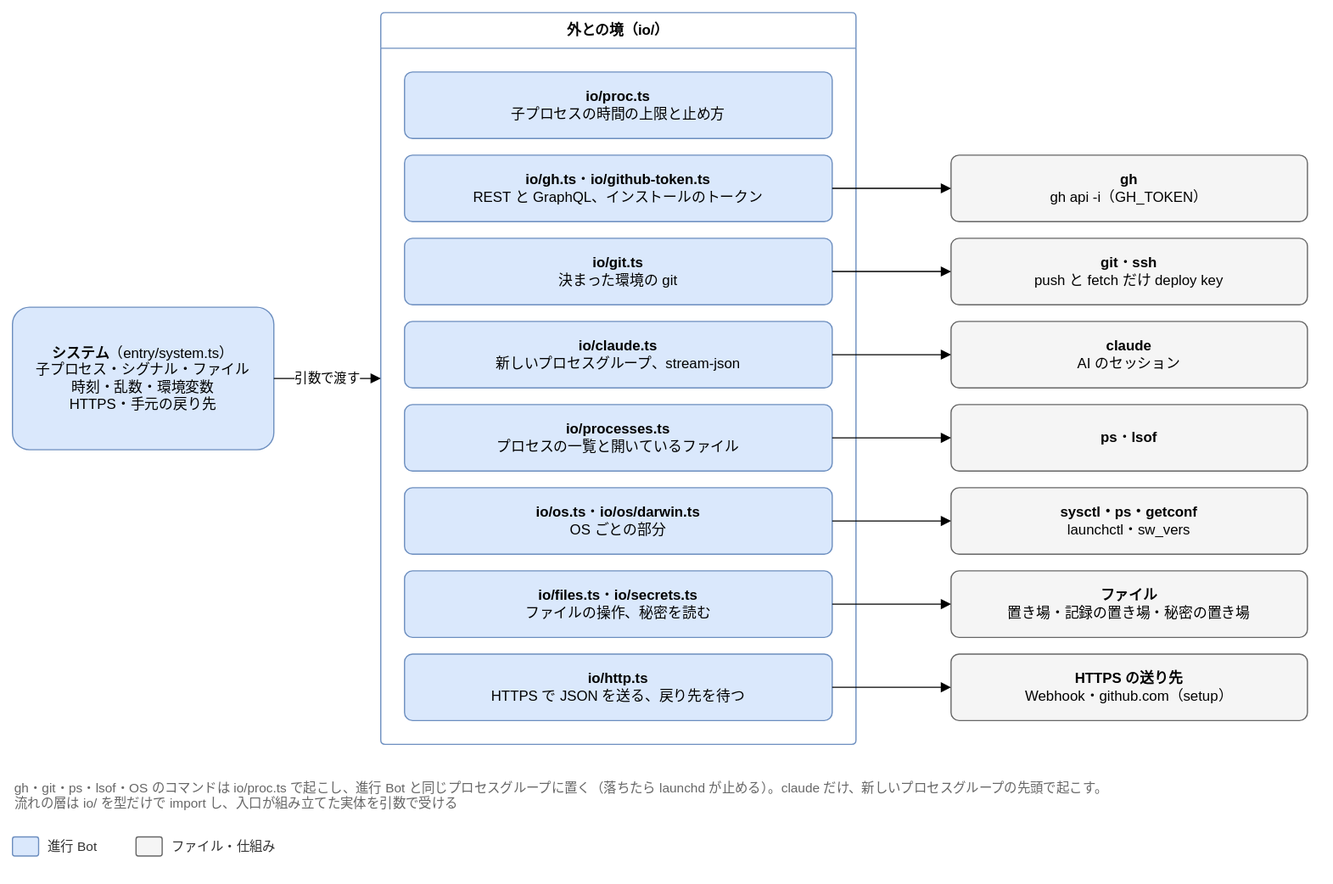
Before: docs/design/detailed/diagrams/01-modules.drawio.svg, a diagram exported from draw.io (Joymerrevent/dev-autopilot). Source tidied: cells renumbered, new cells last; positions are measured from the earlier drawing's top-left corner, leaving out a move shared by most shapes. Its diagram source:
```xml
<mxGraphModel background="#ffffff">
  <root>
    <mxCell id="0" />
    <mxCell id="1" parent="0" />
    <mxCell id="2" value="外との境（io/）" style="swimlane;startSize=30;html=1;whiteSpace=wrap;rounded=1;arcSize=4;fontStyle=1;fontSize=12;fillColor=none;swimlaneFillColor=none;strokeColor=#6c8ebf;" parent="1" vertex="1">
      <mxGeometry x="310" width="400" height="616" as="geometry" />
    </mxCell>
    <mxCell id="3" value="&lt;b&gt;io/proc.ts&lt;/b&gt;&lt;br&gt;子プロセスの時間の上限と止め方" style="rounded=1;whiteSpace=wrap;html=1;fontSize=12;arcSize=12;spacing=12;fillColor=#dae8fc;strokeColor=#6c8ebf;" parent="2" vertex="1">
      <mxGeometry x="20" y="50" width="360" height="56" as="geometry" />
    </mxCell>
    <mxCell id="4" value="&lt;b&gt;io/gh.ts&lt;/b&gt;・&lt;b&gt;io/github-token.ts&lt;/b&gt;&lt;br&gt;REST と GraphQL、インストールのトークン" style="rounded=1;whiteSpace=wrap;html=1;fontSize=12;arcSize=12;spacing=12;fillColor=#dae8fc;strokeColor=#6c8ebf;" parent="2" vertex="1">
      <mxGeometry x="20" y="120" width="360" height="56" as="geometry" />
    </mxCell>
    <mxCell id="5" value="&lt;b&gt;io/git.ts&lt;/b&gt;&lt;br&gt;決まった環境の git" style="rounded=1;whiteSpace=wrap;html=1;fontSize=12;arcSize=12;spacing=12;fillColor=#dae8fc;strokeColor=#6c8ebf;" parent="2" vertex="1">
      <mxGeometry x="20" y="190" width="360" height="56" as="geometry" />
    </mxCell>
    <mxCell id="6" value="&lt;b&gt;io/claude.ts&lt;/b&gt;&lt;br&gt;新しいプロセスグループ、stream-json" style="rounded=1;whiteSpace=wrap;html=1;fontSize=12;arcSize=12;spacing=12;fillColor=#dae8fc;strokeColor=#6c8ebf;" parent="2" vertex="1">
      <mxGeometry x="20" y="260" width="360" height="56" as="geometry" />
    </mxCell>
    <mxCell id="7" value="&lt;b&gt;io/processes.ts&lt;/b&gt;&lt;br&gt;プロセスの一覧と開いているファイル" style="rounded=1;whiteSpace=wrap;html=1;fontSize=12;arcSize=12;spacing=12;fillColor=#dae8fc;strokeColor=#6c8ebf;" parent="2" vertex="1">
      <mxGeometry x="20" y="330" width="360" height="56" as="geometry" />
    </mxCell>
    <mxCell id="8" value="&lt;b&gt;io/os.ts&lt;/b&gt;・&lt;b&gt;io/os/darwin.ts&lt;/b&gt;&lt;br&gt;OS ごとの部分" style="rounded=1;whiteSpace=wrap;html=1;fontSize=12;arcSize=12;spacing=12;fillColor=#dae8fc;strokeColor=#6c8ebf;" parent="2" vertex="1">
      <mxGeometry x="20" y="400" width="360" height="56" as="geometry" />
    </mxCell>
    <mxCell id="9" value="&lt;b&gt;io/files.ts&lt;/b&gt;・&lt;b&gt;io/secrets.ts&lt;/b&gt;&lt;br&gt;ファイルの操作、秘密を読む" style="rounded=1;whiteSpace=wrap;html=1;fontSize=12;arcSize=12;spacing=12;fillColor=#dae8fc;strokeColor=#6c8ebf;" parent="2" vertex="1">
      <mxGeometry x="20" y="470" width="360" height="56" as="geometry" />
    </mxCell>
    <mxCell id="10" value="&lt;b&gt;io/http.ts&lt;/b&gt;&lt;br&gt;HTTPS で JSON を送る、戻り先を待つ" style="rounded=1;whiteSpace=wrap;html=1;fontSize=12;arcSize=12;spacing=12;fillColor=#dae8fc;strokeColor=#6c8ebf;" parent="2" vertex="1">
      <mxGeometry x="20" y="540" width="360" height="56" as="geometry" />
    </mxCell>
    <mxCell id="11" value="&lt;b&gt;システム&lt;/b&gt;（entry/system.ts）&lt;br&gt;子プロセス・シグナル・ファイル&lt;br&gt;時刻・乱数・環境変数&lt;br&gt;HTTPS・手元の戻り先" style="rounded=1;whiteSpace=wrap;html=1;fontSize=12;arcSize=12;spacing=12;fillColor=#dae8fc;strokeColor=#6c8ebf;" parent="1" vertex="1">
      <mxGeometry y="248" width="220" height="120" as="geometry" />
    </mxCell>
    <mxCell id="12" value="引数で渡す" style="edgeStyle=orthogonalEdgeStyle;rounded=1;html=1;endArrow=block;endFill=1;fontSize=11;labelBackgroundColor=#ffffff;exitX=1;exitY=0.5;exitDx=0;exitDy=0;entryX=0;entryY=0.5;entryDx=0;entryDy=0;" parent="1" edge="1" source="11" target="2">
      <mxGeometry relative="1" as="geometry" />
    </mxCell>
    <mxCell id="13" value="&lt;b&gt;gh&lt;/b&gt;&lt;br&gt;gh api -i（GH_TOKEN）" style="rounded=1;whiteSpace=wrap;html=1;fontSize=12;arcSize=12;spacing=12;fillColor=#f5f5f5;strokeColor=#666666;" parent="1" vertex="1">
      <mxGeometry x="790" y="120" width="300" height="56" as="geometry" />
    </mxCell>
    <mxCell id="14" style="edgeStyle=orthogonalEdgeStyle;rounded=1;html=1;endArrow=block;endFill=1;fontSize=11;labelBackgroundColor=#ffffff;exitX=1;exitY=0.5;exitDx=0;exitDy=0;entryX=0;entryY=0.5;entryDx=0;entryDy=0;" parent="1" edge="1" source="4" target="13">
      <mxGeometry relative="1" as="geometry" />
    </mxCell>
    <mxCell id="15" value="&lt;b&gt;git&lt;/b&gt;・&lt;b&gt;ssh&lt;/b&gt;&lt;br&gt;push と fetch だけ deploy key" style="rounded=1;whiteSpace=wrap;html=1;fontSize=12;arcSize=12;spacing=12;fillColor=#f5f5f5;strokeColor=#666666;" parent="1" vertex="1">
      <mxGeometry x="790" y="190" width="300" height="56" as="geometry" />
    </mxCell>
    <mxCell id="16" style="edgeStyle=orthogonalEdgeStyle;rounded=1;html=1;endArrow=block;endFill=1;fontSize=11;labelBackgroundColor=#ffffff;exitX=1;exitY=0.5;exitDx=0;exitDy=0;entryX=0;entryY=0.5;entryDx=0;entryDy=0;" parent="1" edge="1" source="5" target="15">
      <mxGeometry relative="1" as="geometry" />
    </mxCell>
    <mxCell id="17" value="&lt;b&gt;claude&lt;/b&gt;&lt;br&gt;AI のセッション" style="rounded=1;whiteSpace=wrap;html=1;fontSize=12;arcSize=12;spacing=12;fillColor=#f5f5f5;strokeColor=#666666;" parent="1" vertex="1">
      <mxGeometry x="790" y="260" width="300" height="56" as="geometry" />
    </mxCell>
    <mxCell id="18" style="edgeStyle=orthogonalEdgeStyle;rounded=1;html=1;endArrow=block;endFill=1;fontSize=11;labelBackgroundColor=#ffffff;exitX=1;exitY=0.5;exitDx=0;exitDy=0;entryX=0;entryY=0.5;entryDx=0;entryDy=0;" parent="1" edge="1" source="6" target="17">
      <mxGeometry relative="1" as="geometry" />
    </mxCell>
    <mxCell id="19" value="&lt;b&gt;ps&lt;/b&gt;・&lt;b&gt;lsof&lt;/b&gt;" style="rounded=1;whiteSpace=wrap;html=1;fontSize=12;arcSize=12;spacing=12;fillColor=#f5f5f5;strokeColor=#666666;" parent="1" vertex="1">
      <mxGeometry x="790" y="330" width="300" height="56" as="geometry" />
    </mxCell>
    <mxCell id="20" style="edgeStyle=orthogonalEdgeStyle;rounded=1;html=1;endArrow=block;endFill=1;fontSize=11;labelBackgroundColor=#ffffff;exitX=1;exitY=0.5;exitDx=0;exitDy=0;entryX=0;entryY=0.5;entryDx=0;entryDy=0;" parent="1" edge="1" source="7" target="19">
      <mxGeometry relative="1" as="geometry" />
    </mxCell>
    <mxCell id="21" value="&lt;b&gt;sysctl・ps・getconf&lt;/b&gt;&lt;br&gt;launchctl・sw_vers" style="rounded=1;whiteSpace=wrap;html=1;fontSize=12;arcSize=12;spacing=12;fillColor=#f5f5f5;strokeColor=#666666;" parent="1" vertex="1">
      <mxGeometry x="790" y="400" width="300" height="56" as="geometry" />
    </mxCell>
    <mxCell id="22" style="edgeStyle=orthogonalEdgeStyle;rounded=1;html=1;endArrow=block;endFill=1;fontSize=11;labelBackgroundColor=#ffffff;exitX=1;exitY=0.5;exitDx=0;exitDy=0;entryX=0;entryY=0.5;entryDx=0;entryDy=0;" parent="1" edge="1" source="8" target="21">
      <mxGeometry relative="1" as="geometry" />
    </mxCell>
    <mxCell id="23" value="&lt;b&gt;ファイル&lt;/b&gt;&lt;br&gt;置き場・記録の置き場・秘密の置き場" style="rounded=1;whiteSpace=wrap;html=1;fontSize=12;arcSize=12;spacing=12;fillColor=#f5f5f5;strokeColor=#666666;" parent="1" vertex="1">
      <mxGeometry x="790" y="470" width="300" height="56" as="geometry" />
    </mxCell>
    <mxCell id="24" style="edgeStyle=orthogonalEdgeStyle;rounded=1;html=1;endArrow=block;endFill=1;fontSize=11;labelBackgroundColor=#ffffff;exitX=1;exitY=0.5;exitDx=0;exitDy=0;entryX=0;entryY=0.5;entryDx=0;entryDy=0;" parent="1" edge="1" source="9" target="23">
      <mxGeometry relative="1" as="geometry" />
    </mxCell>
    <mxCell id="25" value="&lt;b&gt;HTTPS の送り先&lt;/b&gt;&lt;br&gt;Webhook・github.com（setup）" style="rounded=1;whiteSpace=wrap;html=1;fontSize=12;arcSize=12;spacing=12;fillColor=#f5f5f5;strokeColor=#666666;" parent="1" vertex="1">
      <mxGeometry x="790" y="540" width="300" height="56" as="geometry" />
    </mxCell>
    <mxCell id="26" style="edgeStyle=orthogonalEdgeStyle;rounded=1;html=1;endArrow=block;endFill=1;fontSize=11;labelBackgroundColor=#ffffff;exitX=1;exitY=0.5;exitDx=0;exitDy=0;entryX=0;entryY=0.5;entryDx=0;entryDy=0;" parent="1" edge="1" source="10" target="25">
      <mxGeometry relative="1" as="geometry" />
    </mxCell>
    <mxCell id="27" value="gh・git・ps・lsof・OS のコマンドは io/proc.ts で起こし、進行 Bot と同じプロセスグループに置く（落ちたら launchd が止める）。claude だけ、新しいプロセスグループの先頭で起こす。&lt;br&gt;流れの層は io/ を型だけで import し、入口が組み立てた実体を引数で受ける" style="text;html=1;whiteSpace=wrap;align=left;verticalAlign=top;fontSize=11;fontColor=#666666;" parent="1" vertex="1">
      <mxGeometry y="640" width="1090" height="40" as="geometry" />
    </mxCell>
    <mxCell id="28" style="rounded=1;whiteSpace=wrap;html=1;fontSize=12;arcSize=12;spacing=12;fillColor=#dae8fc;strokeColor=#6c8ebf;" parent="1" vertex="1">
      <mxGeometry y="694" width="22" height="16" as="geometry" />
    </mxCell>
    <mxCell id="29" value="進行 Bot" style="text;html=1;align=left;verticalAlign=middle;fontSize=11;fontColor=#333333;" parent="1" vertex="1">
      <mxGeometry x="28" y="692" width="60" height="20" as="geometry" />
    </mxCell>
    <mxCell id="30" style="rounded=1;whiteSpace=wrap;html=1;fontSize=12;arcSize=12;spacing=12;fillColor=#f5f5f5;strokeColor=#666666;" parent="1" vertex="1">
      <mxGeometry x="104" y="694" width="22" height="16" as="geometry" />
    </mxCell>
    <mxCell id="31" value="ファイル・仕組み" style="text;html=1;align=left;verticalAlign=middle;fontSize=11;fontColor=#333333;" parent="1" vertex="1">
      <mxGeometry x="132" y="692" width="100" height="20" as="geometry" />
    </mxCell>
  </root>
</mxGraphModel>
```
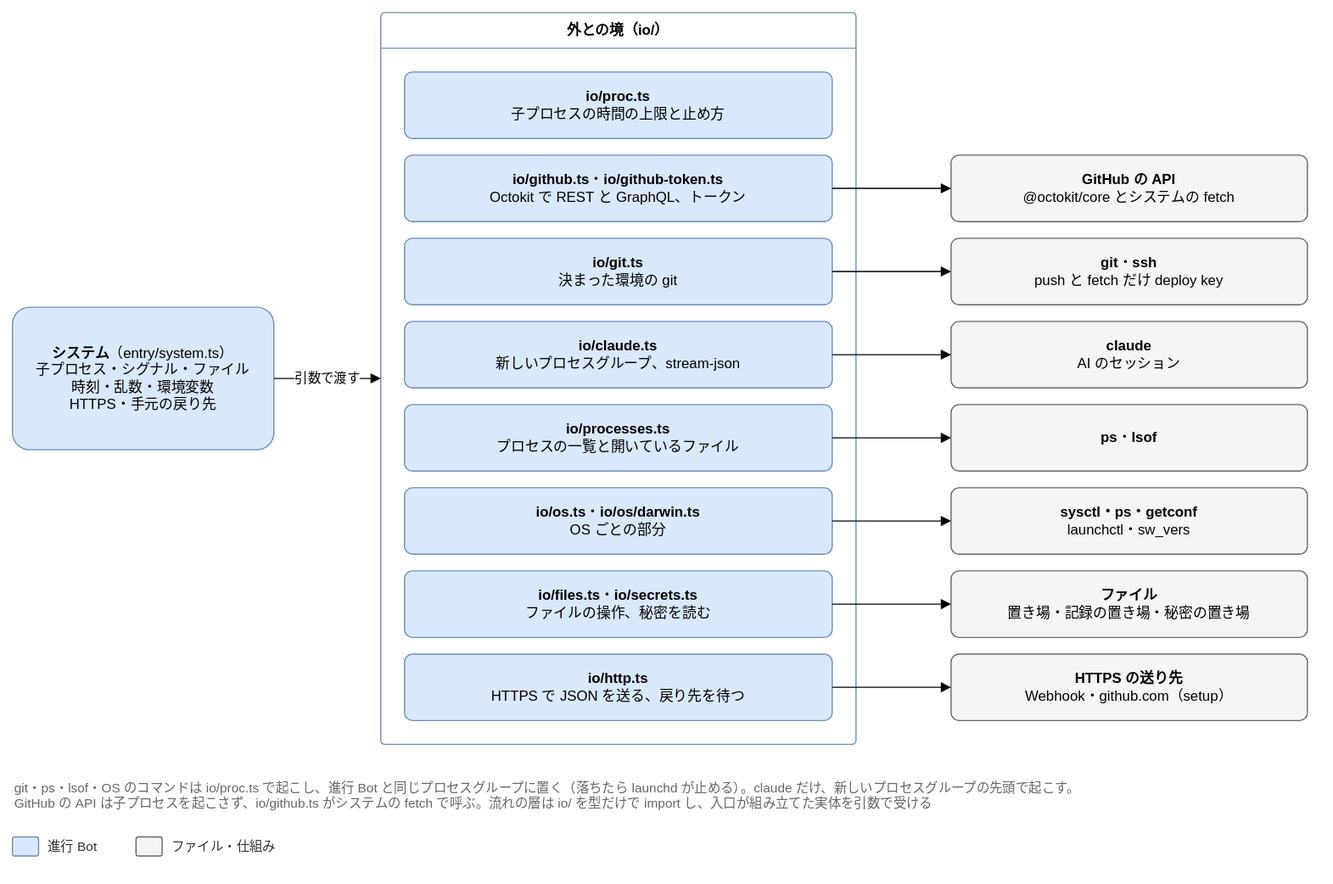
Above is the later version.

Commit message:
docs(design): 外との境の gh の呼び方を、@octokit/core で GitHub の API を呼ぶ形に書き直す

ADR-20261107-001 の反映。io/gh.ts を io/github.ts にし、システムの fetch・トークン・
時間の上限で取り消す AbortSignal・何もしない log を Octokit に渡す。ページは Link を自分でたどり、
ページ送り・再試行・回数制限の待ちの部品は足さない。JWT で呼ぶ 2 つの API は JWT を auth に渡して
bearer で送り、引き換えの本文で権限とリポを絞る。App の作成の引き換えも io/github.ts で呼ぶ。
古いファイル名を指していた ADR-20261107-001 への参照定義も直す。

Claude-Session: https://claude.ai/code/session_01LvmXQN14Y95msvojZ6hWNP

Diff of the diagram source:
```diff
@@ -8,7 +8,7 @@
     <mxCell id="3" value="&lt;b&gt;io/proc.ts&lt;/b&gt;&lt;br&gt;子プロセスの時間の上限と止め方" style="rounded=1;whiteSpace=wrap;html=1;fontSize=12;arcSize=12;spacing=12;fillColor=#dae8fc;strokeColor=#6c8ebf;" parent="2" vertex="1">
       <mxGeometry x="20" y="50" width="360" height="56" as="geometry" />
     </mxCell>
-    <mxCell id="4" value="&lt;b&gt;io/gh.ts&lt;/b&gt;・&lt;b&gt;io/github-token.ts&lt;/b&gt;&lt;br&gt;REST と GraphQL、インストールのトークン" style="rounded=1;whiteSpace=wrap;html=1;fontSize=12;arcSize=12;spacing=12;fillColor=#dae8fc;strokeColor=#6c8ebf;" parent="2" vertex="1">
+    <mxCell id="4" value="&lt;b&gt;io/github.ts&lt;/b&gt;・&lt;b&gt;io/github-token.ts&lt;/b&gt;&lt;br&gt;Octokit で REST と GraphQL、トークン" style="rounded=1;whiteSpace=wrap;html=1;fontSize=12;arcSize=12;spacing=12;fillColor=#dae8fc;strokeColor=#6c8ebf;" parent="2" vertex="1">
       <mxGeometry x="20" y="120" width="360" height="56" as="geometry" />
     </mxCell>
     <mxCell id="5" value="&lt;b&gt;io/git.ts&lt;/b&gt;&lt;br&gt;決まった環境の git" style="rounded=1;whiteSpace=wrap;html=1;fontSize=12;arcSize=12;spacing=12;fillColor=#dae8fc;strokeColor=#6c8ebf;" parent="2" vertex="1">
@@ -35,7 +35,7 @@
     <mxCell id="12" value="引数で渡す" style="edgeStyle=orthogonalEdgeStyle;rounded=1;html=1;endArrow=block;endFill=1;fontSize=11;labelBackgroundColor=#ffffff;exitX=1;exitY=0.5;exitDx=0;exitDy=0;entryX=0;entryY=0.5;entryDx=0;entryDy=0;" parent="1" edge="1" source="11" target="2">
       <mxGeometry relative="1" as="geometry" />
     </mxCell>
-    <mxCell id="13" value="&lt;b&gt;gh&lt;/b&gt;&lt;br&gt;gh api -i（GH_TOKEN）" style="rounded=1;whiteSpace=wrap;html=1;fontSize=12;arcSize=12;spacing=12;fillColor=#f5f5f5;strokeColor=#666666;" parent="1" vertex="1">
+    <mxCell id="13" value="&lt;b&gt;GitHub の API&lt;/b&gt;&lt;br&gt;@octokit/core とシステムの fetch" style="rounded=1;whiteSpace=wrap;html=1;fontSize=12;arcSize=12;spacing=12;fillColor=#f5f5f5;strokeColor=#666666;" parent="1" vertex="1">
       <mxGeometry x="790" y="120" width="300" height="56" as="geometry" />
     </mxCell>
     <mxCell id="14" style="edgeStyle=orthogonalEdgeStyle;rounded=1;html=1;endArrow=block;endFill=1;fontSize=11;labelBackgroundColor=#ffffff;exitX=1;exitY=0.5;exitDx=0;exitDy=0;entryX=0;entryY=0.5;entryDx=0;entryDy=0;" parent="1" edge="1" source="4" target="13">
@@ -77,7 +77,7 @@
     <mxCell id="26" style="edgeStyle=orthogonalEdgeStyle;rounded=1;html=1;endArrow=block;endFill=1;fontSize=11;labelBackgroundColor=#ffffff;exitX=1;exitY=0.5;exitDx=0;exitDy=0;entryX=0;entryY=0.5;entryDx=0;entryDy=0;" parent="1" edge="1" source="10" target="25">
       <mxGeometry relative="1" as="geometry" />
     </mxCell>
-    <mxCell id="27" value="gh・git・ps・lsof・OS のコマンドは io/proc.ts で起こし、進行 Bot と同じプロセスグループに置く（落ちたら launchd が止める）。claude だけ、新しいプロセスグループの先頭で起こす。&lt;br&gt;流れの層は io/ を型だけで import し、入口が組み立てた実体を引数で受ける" style="text;html=1;whiteSpace=wrap;align=left;verticalAlign=top;fontSize=11;fontColor=#666666;" parent="1" vertex="1">
+    <mxCell id="27" value="git・ps・lsof・OS のコマンドは io/proc.ts で起こし、進行 Bot と同じプロセスグループに置く（落ちたら launchd が止める）。claude だけ、新しいプロセスグループの先頭で起こす。&lt;br&gt;GitHub の API は子プロセスを起こさず、io/github.ts がシステムの fetch で呼ぶ。流れの層は io/ を型だけで import し、入口が組み立てた実体を引数で受ける" style="text;html=1;whiteSpace=wrap;align=left;verticalAlign=top;fontSize=11;fontColor=#666666;" parent="1" vertex="1">
       <mxGeometry y="640" width="1090" height="40" as="geometry" />
     </mxCell>
     <mxCell id="28" style="rounded=1;whiteSpace=wrap;html=1;fontSize=12;arcSize=12;spacing=12;fillColor=#dae8fc;strokeColor=#6c8ebf;" parent="1" vertex="1">
```
